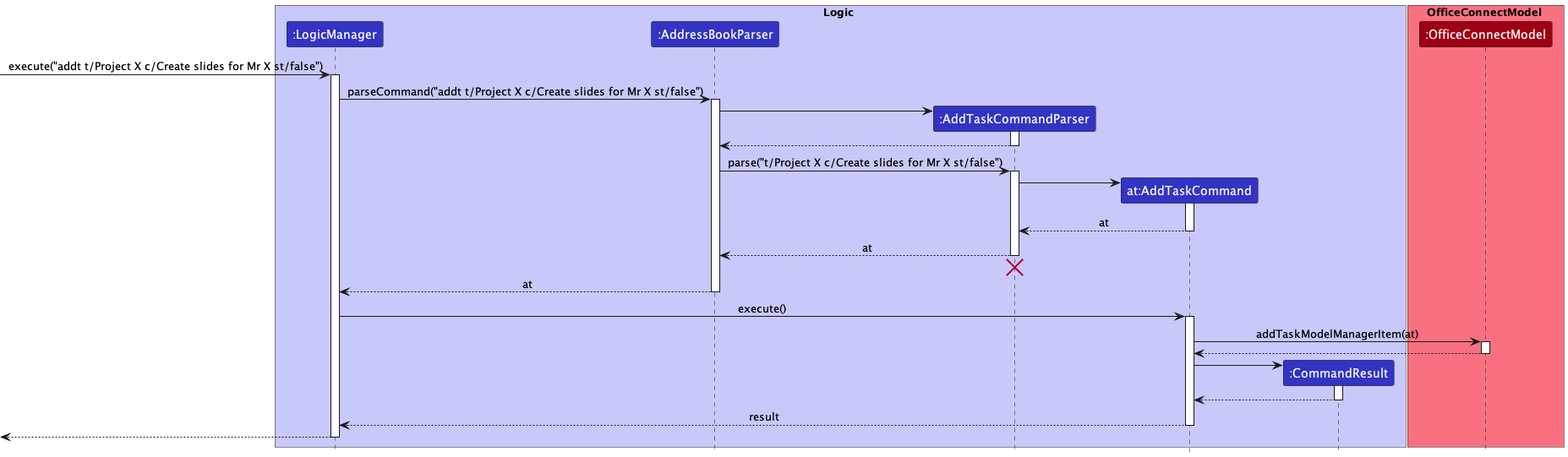
Before: docs/images/AddTaskSequenceDiagram.png, a diagram exported from PlantUML (nus-cs2103-AY2223S2/tp).
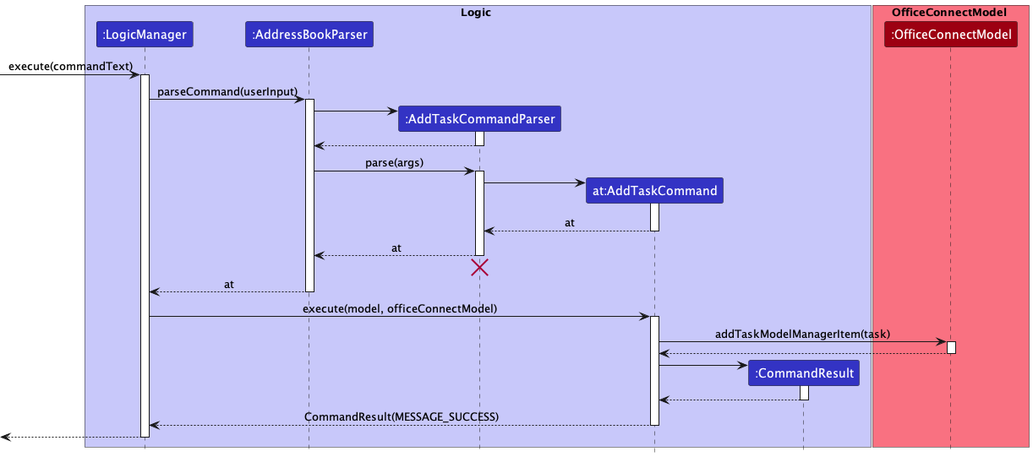
Later version of the same file.

Change to the diagram source:
```diff
@@ -13,10 +13,10 @@
 participant ":OfficeConnectModel" as OfficeConnectModel MODEL_COLOR
 end box
 
-[-> LogicManager : execute("addt t/Project X c/Create slides for Mr X st/false")
+[-> LogicManager : execute(commandText)
 activate LogicManager
 
-LogicManager -> AddressBookParser : parseCommand("addt t/Project X c/Create slides for Mr X st/false")
+LogicManager -> AddressBookParser : parseCommand(userInput)
 activate AddressBookParser
 
 create AddTaskCommandParser
@@ -26,7 +26,7 @@
 AddTaskCommandParser --> AddressBookParser
 deactivate AddTaskCommandParser
 
-AddressBookParser -> AddTaskCommandParser : parse("t/Project X c/Create slides for Mr X st/false")
+AddressBookParser -> AddTaskCommandParser : parse(args)
 activate AddTaskCommandParser
 
 create AddTaskCommand
@@ -46,10 +46,10 @@
 AddressBookParser --> LogicManager : at
 deactivate AddressBookParser
 
-LogicManager -> AddTaskCommand : execute()
+LogicManager -> AddTaskCommand : execute(model, officeConnectModel)
 activate AddTaskCommand
 
-AddTaskCommand -> OfficeConnectModel : addTaskModelManagerItem(at)
+AddTaskCommand -> OfficeConnectModel : addTaskModelManagerItem(task)
 activate OfficeConnectModel
 
 OfficeConnectModel --> AddTaskCommand
@@ -62,7 +62,7 @@
 CommandResult --> AddTaskCommand
 deactivate CommandResult
 
-AddTaskCommand --> LogicManager : result
+AddTaskCommand --> LogicManager : CommandResult(MESSAGE_SUCCESS)
 deactivate AddTaskCommand
 
 [<--LogicManager
```
